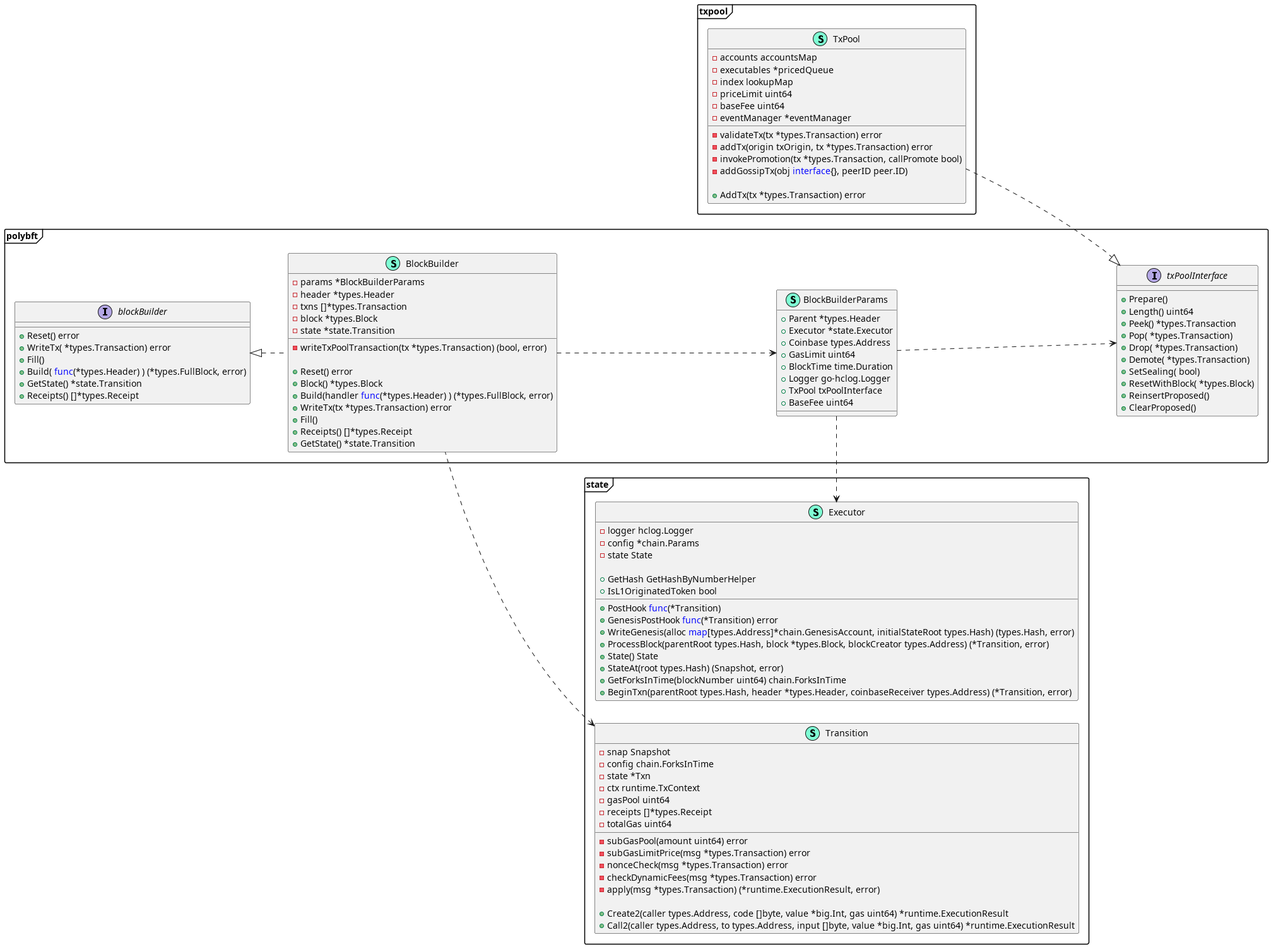
This is gitbook/.gitbook/assets/polybft_block_creation.png from Ethernal-Tech/blade-legacy, a PlantUML export, as it was before one commit.
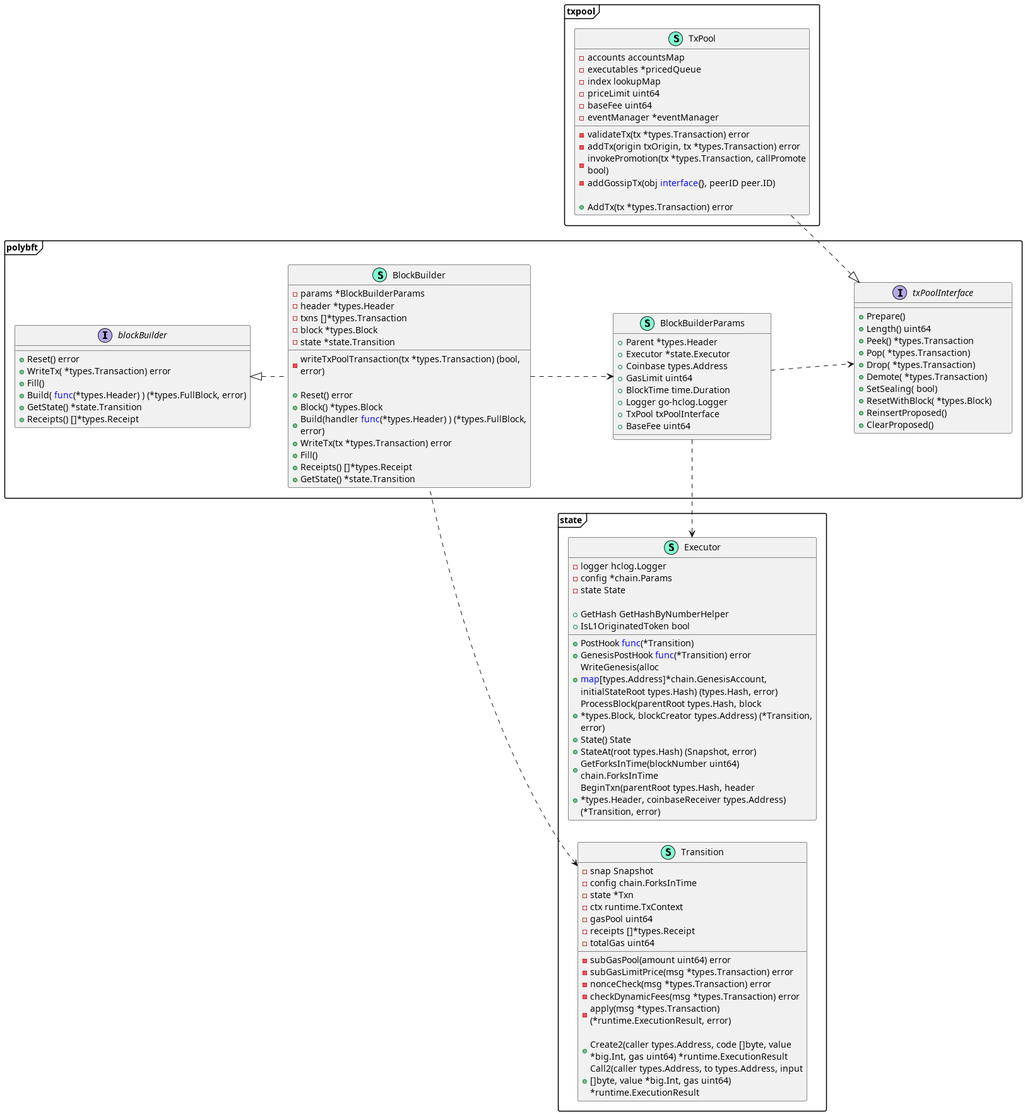
Above is the later version.

Diff of the diagram source:
```diff
@@ -1,6 +1,13 @@
 @startuml
 skinparam packageStyle frame
 left to right direction
+<style>
+class {
+  MinimumWidth 250
+  MaximumWidth 370
+
+}
+</style>
 namespace polybft {
     class BlockBuilder << (S,Aquamarine) >> {
         - params *BlockBuilderParams
```
